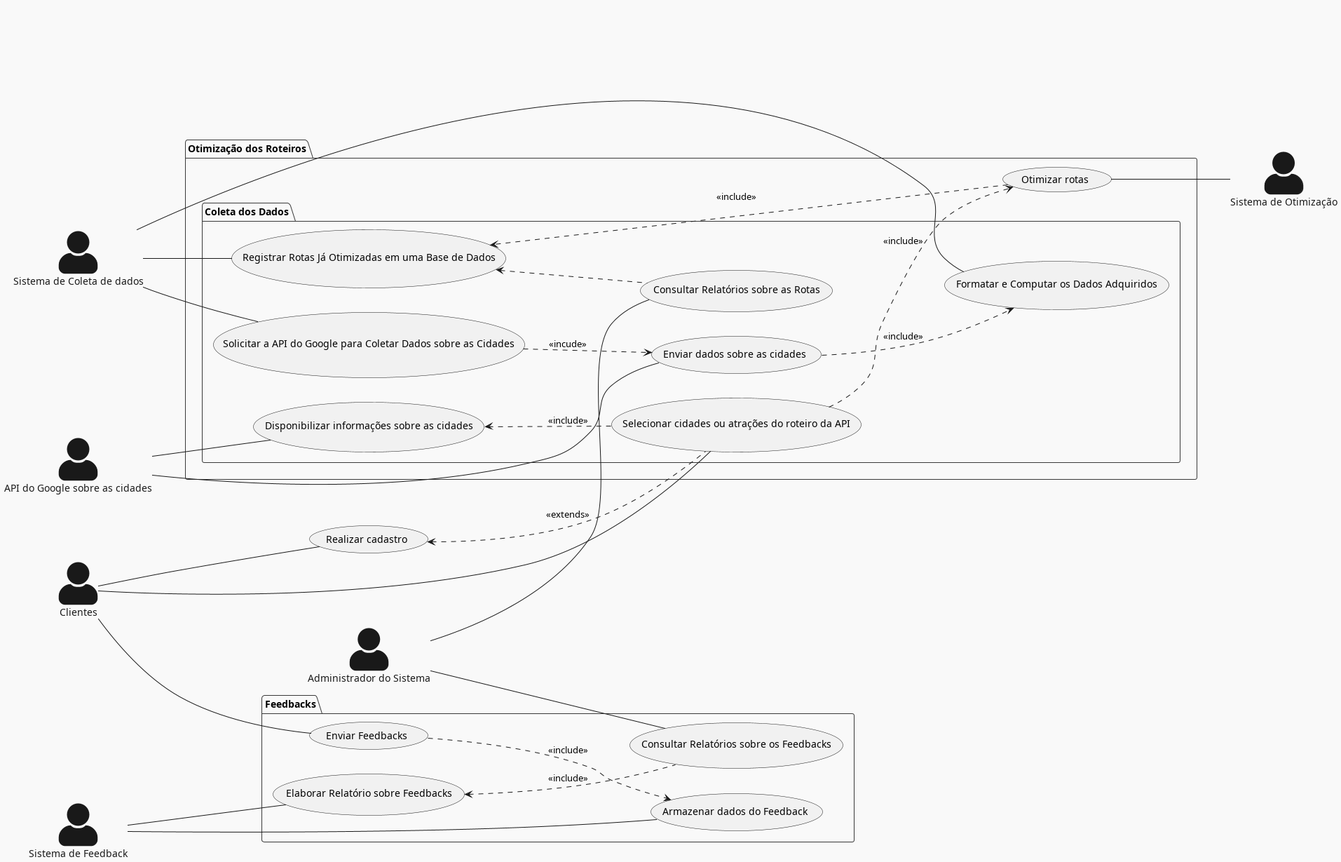
The PlantUML diagram Relatório/Semana-1/Diagramas/DCU.png in pedrodilallo/site_turismo_SIG, before a commit.
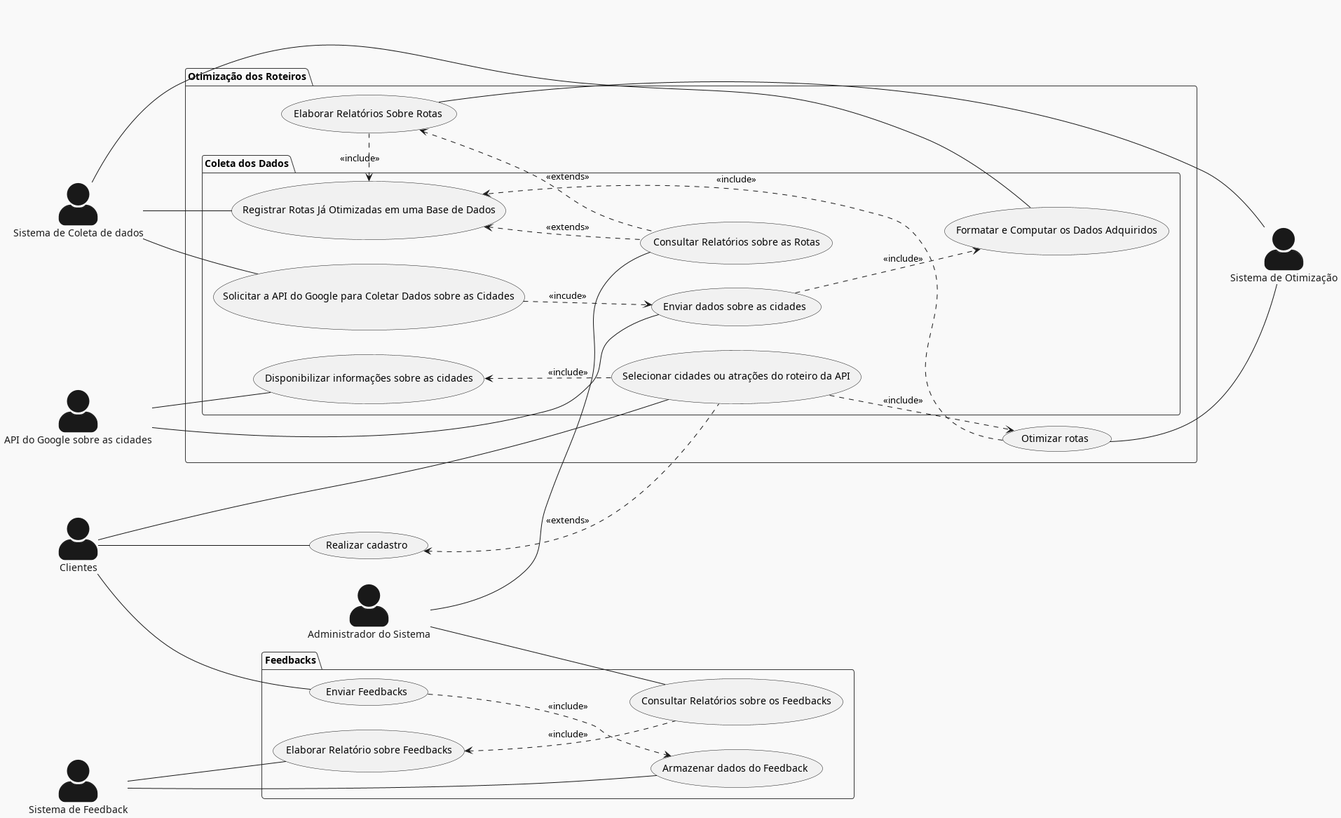
The same file after the commit.

Commit message:
Mais correções DCU

What changed in the source:
```diff
@@ -31,11 +31,12 @@
         API -- (Disponibilizar informações sobre as cidades)
         (Disponibilizar informações sobre as cidades) <.. (Selecionar cidades ou atrações do roteiro da API) : <<include>>
         (Otimizar rotas) ..> (Registrar Rotas Já Otimizadas em uma Base de Dados) : <<include>>
-        (Registrar Rotas Já Otimizadas em uma Base de Dados) <.. (Consultar Relatórios sobre as Rotas)
+        (Registrar Rotas Já Otimizadas em uma Base de Dados) <.. (Consultar Relatórios sobre as Rotas) : <<extends>>
 
     }
-
-
+(Registrar Rotas Já Otimizadas em uma Base de Dados) <.. (Elaborar Relatórios Sobre Rotas):<<include>>
+(Elaborar Relatórios Sobre Rotas) <.. (Consultar Relatórios sobre as Rotas): <<extends>>
+(Elaborar Relatórios Sobre Rotas) -- otimizador
 
 }
 
```
